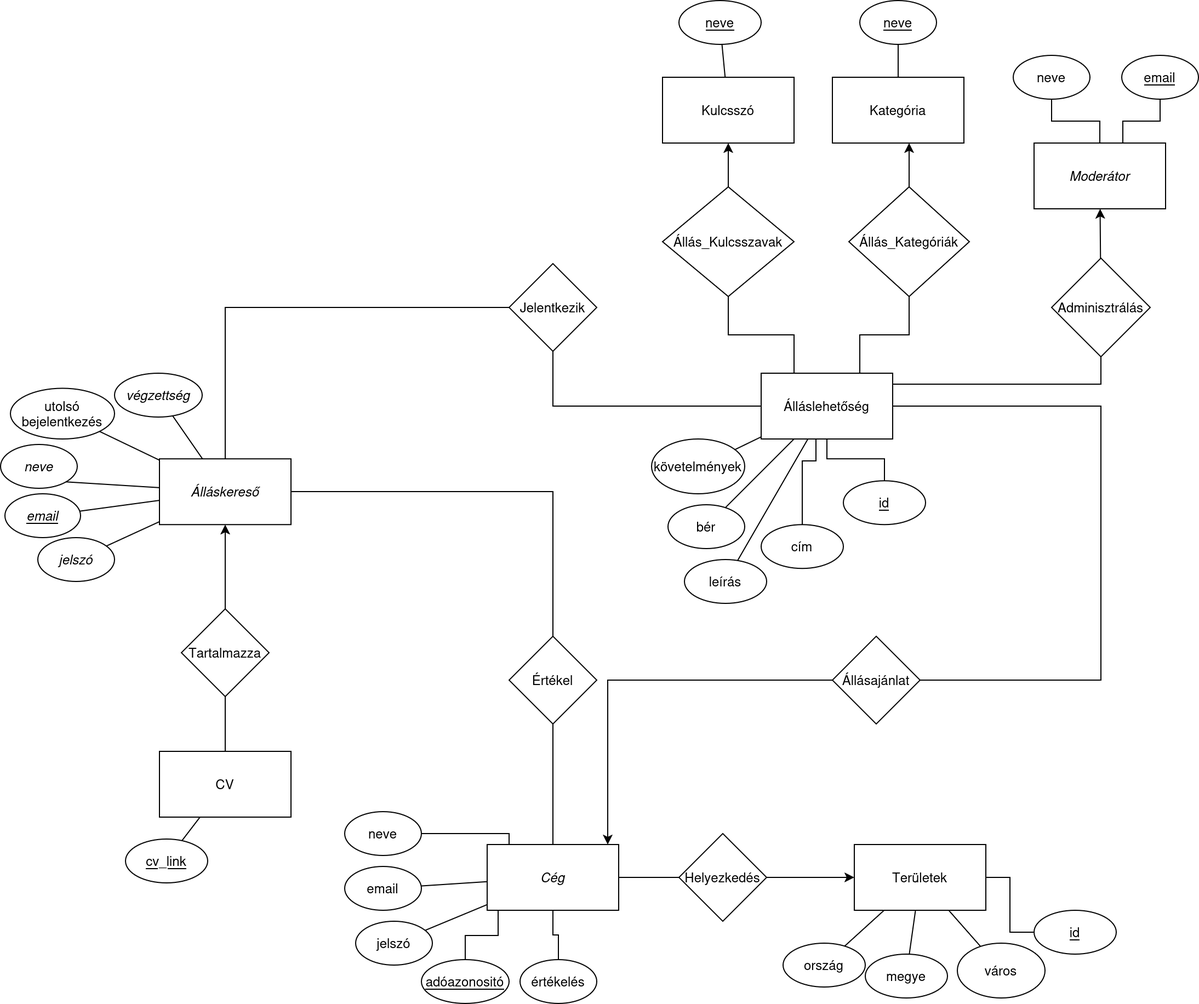
DavidUnderline/adatbazis-alapu-rendszerek keeps this draw.io diagram as doc/media/ek_diagramm.drawio.png. Above is the earlier version. Source tidied: cells renumbered, new cells last; positions are measured from the earlier drawing's top-left corner, leaving out a move shared by most shapes.
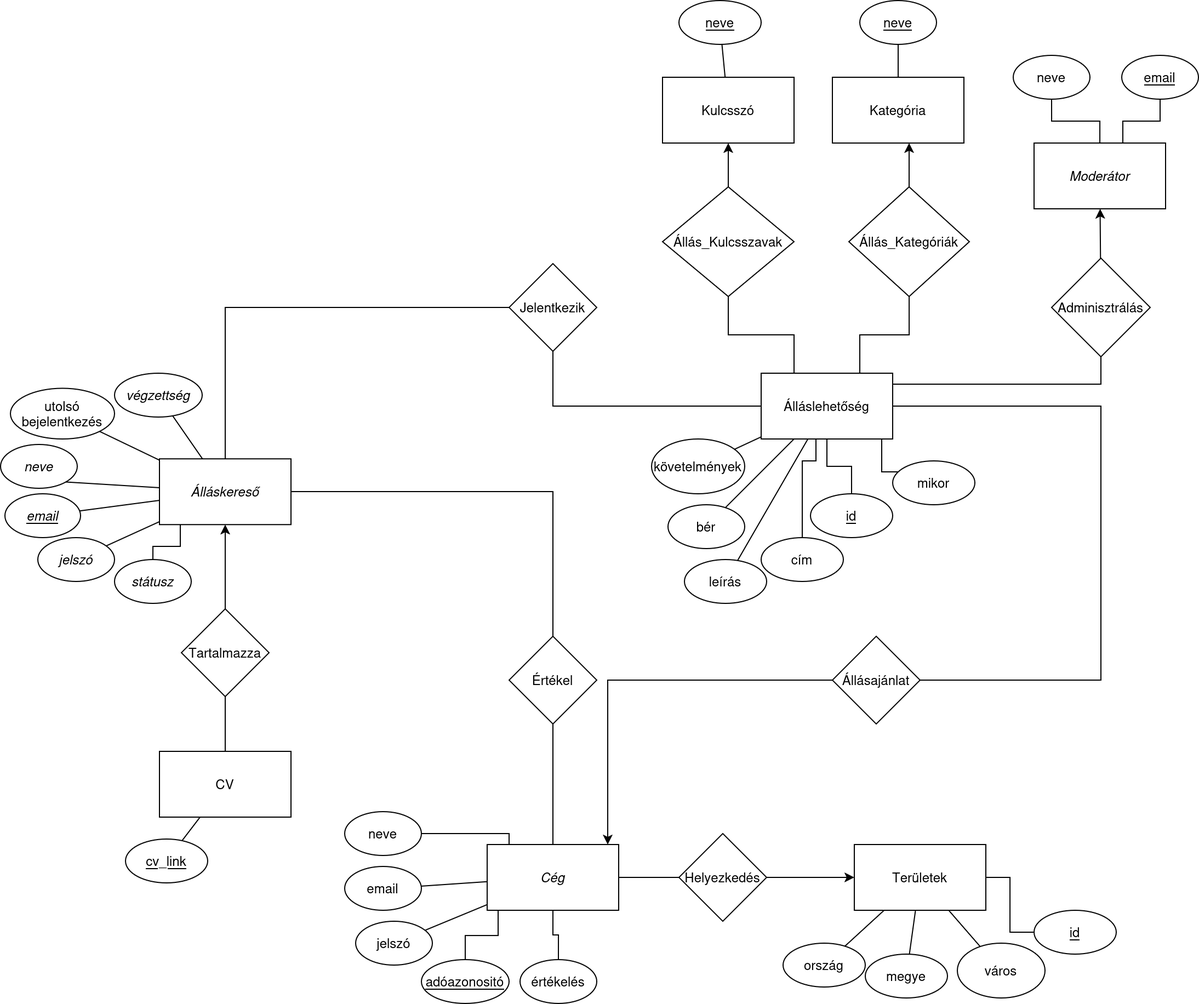
Above is the later version.

Commit message:
javitott docx, ek

Change to the diagram source:
```diff
@@ -259,13 +259,13 @@
       </mxGeometry>
     </mxCell>
     <mxCell id="72" value="cím" style="ellipse;whiteSpace=wrap;html=1;fontStyle=0;" parent="1" vertex="1">
-      <mxGeometry x="694" y="478.1" width="75" height="40" as="geometry" />
+      <mxGeometry x="694" y="490" width="75" height="40" as="geometry" />
     </mxCell>
     <mxCell id="73" style="edgeStyle=orthogonalEdgeStyle;rounded=0;jettySize=auto;html=1;endArrow=none;startFill=0;" parent="1" edge="1" source="74" target="29">
       <mxGeometry relative="1" as="geometry" />
     </mxCell>
     <mxCell id="74" value="&lt;u&gt;id&lt;/u&gt;" style="ellipse;whiteSpace=wrap;html=1;fontStyle=0;" parent="1" vertex="1">
-      <mxGeometry x="769" y="438.1" width="75" height="40" as="geometry" />
+      <mxGeometry x="739" y="450" width="75" height="40" as="geometry" />
     </mxCell>
     <mxCell id="75" style="edgeStyle=orthogonalEdgeStyle;rounded=0;jettySize=auto;html=1;endArrow=none;startFill=0;" parent="1" edge="1" source="76" target="20">
       <mxGeometry relative="1" as="geometry" />
@@ -297,5 +297,26 @@
     <mxCell id="81" value="Állásajánlat" style="rhombus;whiteSpace=wrap;html=1;shadow=0;sketch=0;strokeColor=default;fontColor=#000000;fillColor=default;" parent="1" vertex="1">
       <mxGeometry x="759" y="580" width="80" height="80" as="geometry" />
     </mxCell>
+    <mxCell id="82" style="edgeStyle=orthogonalEdgeStyle;rounded=0;jettySize=auto;html=1;endArrow=none;endFill=0;" parent="1" edge="1" source="83" target="49">
+      <mxGeometry relative="1" as="geometry">
+        <Array as="points">
+          <mxPoint x="139" y="498" />
+          <mxPoint x="164" y="498" />
+        </Array>
+      </mxGeometry>
+    </mxCell>
+    <mxCell id="83" value="státusz" style="ellipse;whiteSpace=wrap;html=1;fontStyle=2;" parent="1" vertex="1">
+      <mxGeometry x="104" y="510" width="70" height="40" as="geometry" />
+    </mxCell>
+    <mxCell id="84" style="edgeStyle=orthogonalEdgeStyle;rounded=0;jettySize=auto;html=1;endArrow=none;endFill=0;" parent="1" edge="1" source="85" target="29">
+      <mxGeometry relative="1" as="geometry">
+        <Array as="points">
+          <mxPoint x="804" y="430" />
+        </Array>
+      </mxGeometry>
+    </mxCell>
+    <mxCell id="85" value="mikor" style="ellipse;whiteSpace=wrap;html=1;fontStyle=0;" parent="1" vertex="1">
+      <mxGeometry x="814" y="420" width="75" height="40" as="geometry" />
+    </mxCell>
   </root>
 </mxGraphModel>
```
